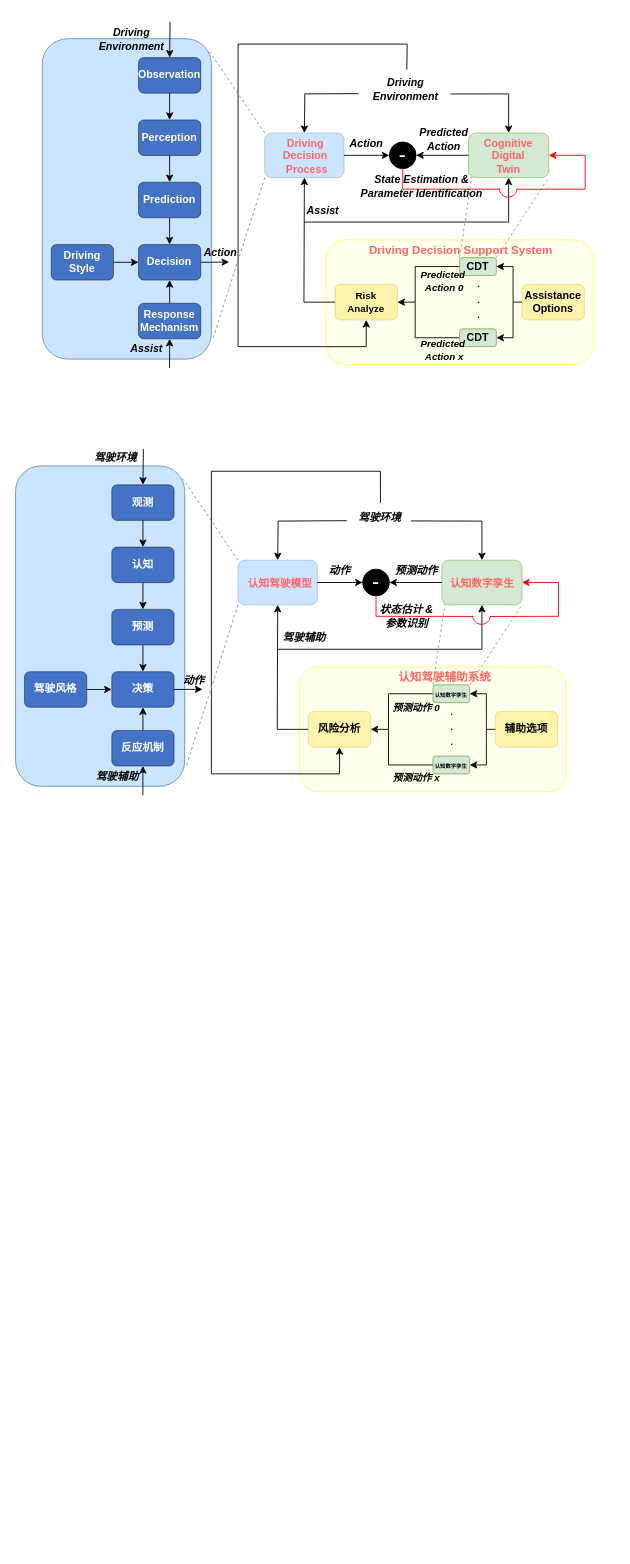
Above: page "CDAS-O overview new" (6 of 13) of CDAS-O.drawio in SlidingEagle/draw.io (draw.io), before the change. Source tidied: cells renumbered, new cells numbered last; positions are measured from the earlier drawing's top-left corner, leaving out a move shared by most shapes. Both pictures are drawn from the tidied source at 89%, with x=0, y=0 at pixel (15, 21).
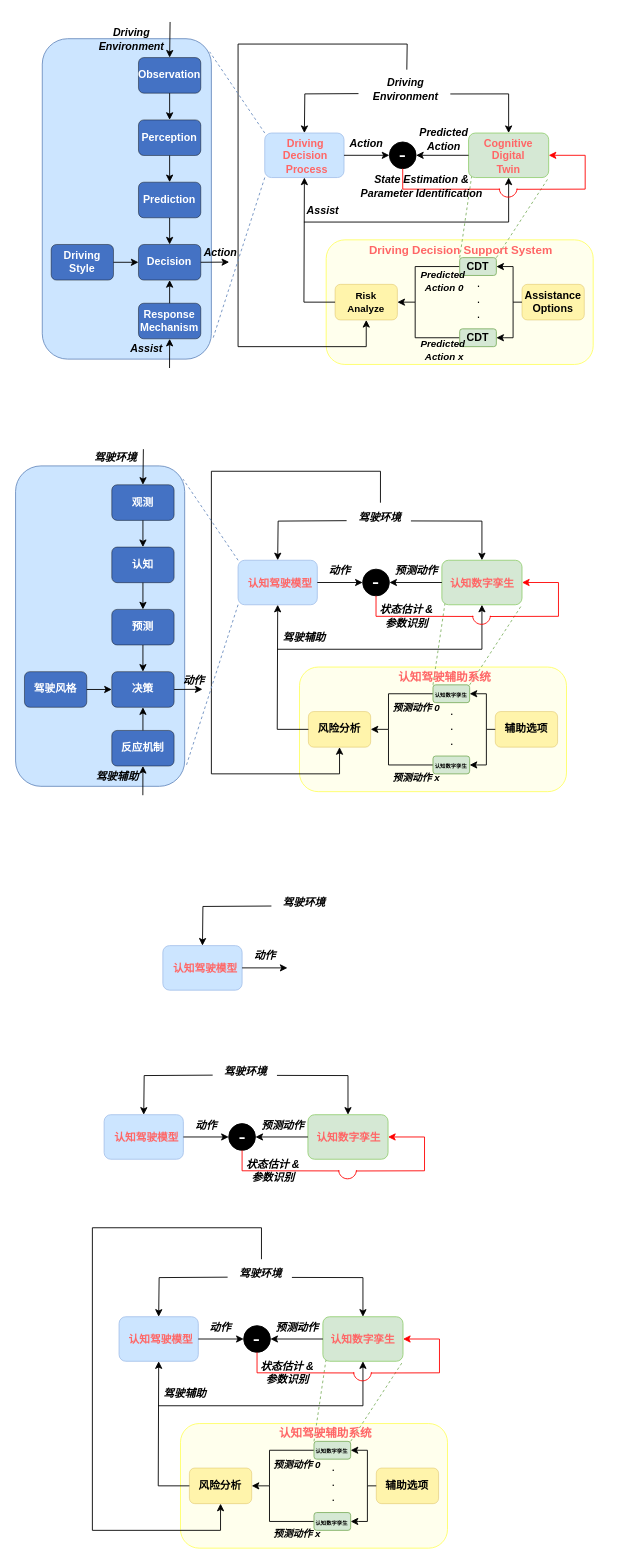
The same diagram, later.

Change to the diagram source:
```diff
@@
+    <mxCell id="112" style="rounded=1;whiteSpace=wrap;html=1;fillColor=#CCE5FF;strokeColor=#A9C4EB;" parent="1" vertex="1">
+      <mxGeometry x="165.5" y="1038" width="89" height="50" as="geometry" />
+    </mxCell>
+    <mxCell id="113" style="endArrow=classic;html=1;rounded=0;exitX=1;exitY=0.5;exitDx=0;exitDy=0;entryX=0;entryY=0.5;entryDx=0;entryDy=0;" parent="1" edge="1" source="112">
+      <mxGeometry relative="1" as="geometry">
+        <mxPoint x="305.5" y="1063" as="targetPoint" />
+      </mxGeometry>
+    </mxCell>
+    <mxCell id="114" value="&lt;i&gt;&lt;b&gt;动作&lt;/b&gt;&lt;/i&gt;" style="text;html=1;align=center;verticalAlign=middle;strokeColor=none;fillColor=none;" parent="1" vertex="1">
+      <mxGeometry x="254.5" y="1035" width="50" height="30" as="geometry" />
+    </mxCell>
+    <mxCell id="115" value="&lt;font color=&quot;#ff6666&quot;&gt;&lt;b&gt;认知驾驶模型&lt;/b&gt;&lt;/font&gt;" style="text;html=1;align=center;verticalAlign=middle;whiteSpace=wrap;rounded=0;" parent="1" vertex="1">
+      <mxGeometry x="175.5" y="1045.8" width="75" height="36.5" as="geometry" />
+    </mxCell>
+    <mxCell id="116" value="&lt;b&gt;&lt;i&gt;驾驶环境&lt;/i&gt;&lt;/b&gt;" style="text;html=1;align=center;verticalAlign=middle;points=[];strokeColor=none;fillColor=none;" parent="1" vertex="1">
+      <mxGeometry x="289" y="975" width="70" height="30" as="geometry" />
+    </mxCell>
+    <mxCell id="117" style="endArrow=classic;html=1;rounded=0;entryX=0.5;entryY=0;entryDx=0;entryDy=0;exitX=-0.022;exitY=0.617;exitDx=0;exitDy=0;exitPerimeter=0;" parent="1" edge="1" source="116" target="112">
+      <mxGeometry relative="1" as="geometry">
+        <Array as="points">
+          <mxPoint x="210.5" y="994" />
+        </Array>
+      </mxGeometry>
+    </mxCell>
+    <mxCell id="118" style="rounded=1;whiteSpace=wrap;html=1;fillColor=#CCE5FF;strokeColor=#A9C4EB;" parent="1" vertex="1">
+      <mxGeometry x="99.5" y="1228" width="89" height="50" as="geometry" />
+    </mxCell>
+    <mxCell id="119" style="rounded=1;whiteSpace=wrap;html=1;fillColor=#d5e8d4;strokeColor=#97D077;" parent="1" vertex="1">
+      <mxGeometry x="328.5" y="1228" width="90" height="50" as="geometry" />
+    </mxCell>
+    <mxCell id="120" style="endArrow=classic;html=1;rounded=0;exitX=1;exitY=0.5;exitDx=0;exitDy=0;entryX=0;entryY=0.5;entryDx=0;entryDy=0;" parent="1" edge="1" source="118" target="121">
+      <mxGeometry relative="1" as="geometry" />
+    </mxCell>
+    <mxCell id="121" value="&lt;font color=&quot;#ffffff&quot; style=&quot;font-size: 24px;&quot;&gt;-&lt;/font&gt;" style="ellipse;whiteSpace=wrap;html=1;strokeColor=#000000;fillColor=#000000;" parent="1" vertex="1">
+      <mxGeometry x="239.5" y="1238" width="30" height="30" as="geometry" />
+    </mxCell>
+    <mxCell id="122" value="&lt;i&gt;&lt;b&gt;动作&lt;/b&gt;&lt;/i&gt;" style="text;html=1;align=center;verticalAlign=middle;strokeColor=none;fillColor=none;" parent="1" vertex="1">
+      <mxGeometry x="188.5" y="1225" width="50" height="30" as="geometry" />
+    </mxCell>
+    <mxCell id="123" value="&lt;b&gt;&lt;i&gt;预测动作&lt;/i&gt;&lt;/b&gt;" style="text;html=1;align=center;verticalAlign=middle;strokeColor=none;fillColor=none;" parent="1" vertex="1">
+      <mxGeometry x="264.5" y="1225" width="70" height="30" as="geometry" />
+    </mxCell>
+    <mxCell id="124" value="&lt;font color=&quot;#ff6666&quot;&gt;&lt;b&gt;认知驾驶模型&lt;/b&gt;&lt;/font&gt;" style="text;html=1;align=center;verticalAlign=middle;whiteSpace=wrap;rounded=0;" parent="1" vertex="1">
+      <mxGeometry x="109.5" y="1235.8" width="75" height="36.5" as="geometry" />
+    </mxCell>
+    <mxCell id="125" value="&lt;font color=&quot;#ff6666&quot;&gt;&lt;b&gt;认知数字孪生&lt;/b&gt;&lt;/font&gt;" style="text;html=1;align=center;verticalAlign=middle;whiteSpace=wrap;rounded=0;" parent="1" vertex="1">
+      <mxGeometry x="334.5" y="1238.8" width="78.7" height="30.5" as="geometry" />
+    </mxCell>
+    <mxCell id="126" value="&lt;b&gt;&lt;i&gt;驾驶环境&lt;/i&gt;&lt;/b&gt;" style="text;html=1;align=center;verticalAlign=middle;points=[];strokeColor=none;fillColor=none;" parent="1" vertex="1">
+      <mxGeometry x="223" y="1165" width="70" height="30" as="geometry" />
+    </mxCell>
+    <mxCell id="127" style="endArrow=classic;html=1;rounded=0;exitX=0;exitY=0.5;exitDx=0;exitDy=0;entryX=1;entryY=0.5;entryDx=0;entryDy=0;" parent="1" edge="1" source="119" target="121">
+      <mxGeometry relative="1" as="geometry" />
+    </mxCell>
+    <mxCell id="128" style="endArrow=classic;html=1;rounded=0;entryX=0.5;entryY=0;entryDx=0;entryDy=0;exitX=1.01;exitY=0.627;exitDx=0;exitDy=0;exitPerimeter=0;" parent="1" edge="1" source="126" target="119">
+      <mxGeometry relative="1" as="geometry">
+        <Array as="points">
+          <mxPoint x="373.5" y="1184" />
+        </Array>
+      </mxGeometry>
+    </mxCell>
+    <mxCell id="129" style="endArrow=classic;html=1;rounded=0;entryX=0.5;entryY=0;entryDx=0;entryDy=0;exitX=-0.022;exitY=0.617;exitDx=0;exitDy=0;exitPerimeter=0;" parent="1" edge="1" source="126" target="118">
+      <mxGeometry relative="1" as="geometry">
+        <Array as="points">
+          <mxPoint x="144.5" y="1184" />
+        </Array>
+      </mxGeometry>
+    </mxCell>
+    <mxCell id="130" style="verticalLabelPosition=bottom;verticalAlign=top;html=1;shape=mxgraph.basic.arc;startAngle=0.25636280567399594;endAngle=0.7436371943260041;strokeColor=#FF0000;" parent="1" vertex="1">
+      <mxGeometry x="363" y="1280" width="20" height="20" as="geometry" />
+    </mxCell>
+    <mxCell id="131" style="endArrow=none;html=1;rounded=0;entryX=0.5;entryY=1;entryDx=0;entryDy=0;strokeColor=#FF0000;exitX=0.045;exitY=0.557;exitDx=0;exitDy=0;exitPerimeter=0;" parent="1" edge="1" source="130" target="121">
+      <mxGeometry relative="1" as="geometry">
+        <Array as="points">
+          <mxPoint x="254.5" y="1291" />
+        </Array>
+      </mxGeometry>
+    </mxCell>
+    <mxCell id="132" style="endArrow=classic;html=1;rounded=0;strokeColor=#FF0000;exitX=0.975;exitY=0.56;exitDx=0;exitDy=0;exitPerimeter=0;entryX=1;entryY=0.5;entryDx=0;entryDy=0;" parent="1" edge="1" source="130" target="119">
+      <mxGeometry relative="1" as="geometry">
+        <Array as="points">
+          <mxPoint x="459.5" y="1291" />
+          <mxPoint x="459.5" y="1253" />
+        </Array>
+      </mxGeometry>
+    </mxCell>
+    <mxCell id="133" value="&lt;b&gt;&lt;i&gt;状态估计 &amp;amp;&lt;/i&gt;&lt;/b&gt;&lt;div&gt;&lt;b&gt;&lt;i&gt;参数识别&lt;/i&gt;&lt;/b&gt;&lt;/div&gt;" style="text;html=1;align=center;verticalAlign=middle;strokeColor=none;fillColor=none;" parent="1" vertex="1">
+      <mxGeometry x="248.5" y="1271" width="80" height="40" as="geometry" />
+    </mxCell>
+    <mxCell id="134" style="rounded=1;whiteSpace=wrap;html=1;fillColor=#CCE5FF;strokeColor=#A9C4EB;" parent="1" vertex="1">
+      <mxGeometry x="116.3" y="1455" width="89" height="50" as="geometry" />
+    </mxCell>
+    <mxCell id="135" style="rounded=1;whiteSpace=wrap;html=1;fillColor=#d5e8d4;strokeColor=#97D077;" parent="1" vertex="1">
+      <mxGeometry x="345.3" y="1455" width="90" height="50" as="geometry" />
+    </mxCell>
+    <mxCell id="136" style="endArrow=classic;html=1;rounded=0;exitX=1;exitY=0.5;exitDx=0;exitDy=0;entryX=0;entryY=0.5;entryDx=0;entryDy=0;" parent="1" edge="1" source="134" target="137">
+      <mxGeometry relative="1" as="geometry" />
+    </mxCell>
+    <mxCell id="137" value="&lt;font color=&quot;#ffffff&quot; style=&quot;font-size: 24px;&quot;&gt;-&lt;/font&gt;" style="ellipse;whiteSpace=wrap;html=1;strokeColor=#000000;fillColor=#000000;" parent="1" vertex="1">
+      <mxGeometry x="256.3" y="1465" width="30" height="30" as="geometry" />
+    </mxCell>
+    <mxCell id="138" style="rounded=1;whiteSpace=wrap;html=1;fillColor=#FFFFED;strokeColor=#FFFF66;" parent="1" vertex="1">
+      <mxGeometry x="185.3" y="1575" width="300" height="140" as="geometry" />
+    </mxCell>
+    <mxCell id="139" value="&lt;b style=&quot;&quot;&gt;&lt;font style=&quot;font-size: 12px;&quot;&gt;风险分析&lt;/font&gt;&lt;/b&gt;" style="rounded=1;whiteSpace=wrap;html=1;fillColor=#FFF4AB;strokeWidth=0.5;strokeColor=#d6b656;" parent="1" vertex="1">
+      <mxGeometry x="195.3" y="1625" width="70" height="40" as="geometry" />
+    </mxCell>
+    <mxCell id="140" style="endArrow=none;dashed=1;html=1;rounded=0;exitX=0;exitY=0;exitDx=0;exitDy=0;entryX=0.038;entryY=0.975;entryDx=0;entryDy=0;entryPerimeter=0;fillColor=#d5e8d4;strokeColor=#82b366;" parent="1" edge="1" source="149" target="135">
+      <mxGeometry relative="1" as="geometry" />
+    </mxCell>
+    <mxCell id="141" style="endArrow=none;dashed=1;html=1;rounded=0;exitX=1;exitY=0;exitDx=0;exitDy=0;fillColor=#d5e8d4;strokeColor=#82b366;entryX=1;entryY=1;entryDx=0;entryDy=0;" parent="1" edge="1" source="149" target="135">
+      <mxGeometry relative="1" as="geometry" />
+    </mxCell>
+    <mxCell id="142" value="&lt;font style=&quot;font-size: 14px;&quot;&gt;.&lt;br&gt;.&lt;br&gt;.&lt;/font&gt;" style="text;html=1;align=center;verticalAlign=middle;strokeColor=none;fillColor=none;" parent="1" vertex="1">
+      <mxGeometry x="341.5" y="1611" width="30" height="60" as="geometry" />
+    </mxCell>
+    <mxCell id="143" style="endArrow=none;html=1;rounded=0;entryX=0;entryY=0.5;entryDx=0;entryDy=0;" parent="1" edge="1" target="150">
+      <mxGeometry relative="1" as="geometry">
+        <mxPoint x="285.3" y="1645" as="sourcePoint" />
+        <Array as="points">
+          <mxPoint x="285.3" y="1685" />
+        </Array>
+      </mxGeometry>
+    </mxCell>
+    <mxCell id="144" style="endArrow=classic;html=1;rounded=0;entryX=0.5;entryY=1;entryDx=0;entryDy=0;exitX=0;exitY=0.5;exitDx=0;exitDy=0;" parent="1" edge="1" source="139" target="134">
+      <mxGeometry relative="1" as="geometry">
+        <Array as="points">
+          <mxPoint x="160.3" y="1645" />
+        </Array>
+      </mxGeometry>
+    </mxCell>
+    <mxCell id="145" style="endArrow=classic;html=1;rounded=0;entryX=1;entryY=0.5;entryDx=0;entryDy=0;exitX=0;exitY=0.5;exitDx=0;exitDy=0;" parent="1" edge="1" source="149" target="139">
+      <mxGeometry relative="1" as="geometry">
+        <Array as="points">
+          <mxPoint x="285.3" y="1605" />
+          <mxPoint x="285.3" y="1645" />
+        </Array>
+      </mxGeometry>
+    </mxCell>
+    <mxCell id="146" value="&lt;i&gt;&lt;b&gt;驾驶辅助&lt;/b&gt;&lt;/i&gt;" style="text;html=1;align=center;verticalAlign=middle;strokeColor=none;fillColor=none;" parent="1" vertex="1">
+      <mxGeometry x="155.3" y="1527" width="70" height="30" as="geometry" />
+    </mxCell>
+    <mxCell id="147" value="&lt;i&gt;&lt;b&gt;动作&lt;/b&gt;&lt;/i&gt;" style="text;html=1;align=center;verticalAlign=middle;strokeColor=none;fillColor=none;" parent="1" vertex="1">
+      <mxGeometry x="205.3" y="1452" width="50" height="30" as="geometry" />
+    </mxCell>
+    <mxCell id="148" value="&lt;b&gt;&lt;i&gt;预测动作&lt;/i&gt;&lt;/b&gt;" style="text;html=1;align=center;verticalAlign=middle;strokeColor=none;fillColor=none;" parent="1" vertex="1">
+      <mxGeometry x="281.3" y="1452" width="70" height="30" as="geometry" />
+    </mxCell>
+    <mxCell id="149" value="&lt;b&gt;&lt;font style=&quot;font-size: 6px;&quot;&gt;认知数字孪生&lt;/font&gt;&lt;/b&gt;" style="rounded=1;whiteSpace=wrap;html=1;fillColor=#d5e8d4;strokeColor=#82b366;" parent="1" vertex="1">
+      <mxGeometry x="335.3" y="1595" width="41.2" height="20" as="geometry" />
+    </mxCell>
+    <mxCell id="150" value="&lt;b&gt;&lt;font style=&quot;font-size: 6px;&quot;&gt;认知数字孪生&lt;/font&gt;&lt;/b&gt;" style="rounded=1;whiteSpace=wrap;html=1;fillColor=#d5e8d4;strokeColor=#82b366;" parent="1" vertex="1">
+      <mxGeometry x="335.3" y="1675" width="41.2" height="20" as="geometry" />
+    </mxCell>
+    <mxCell id="151" value="&lt;font color=&quot;#ff6666&quot;&gt;&lt;b&gt;认知驾驶模型&lt;/b&gt;&lt;/font&gt;" style="text;html=1;align=center;verticalAlign=middle;whiteSpace=wrap;rounded=0;" parent="1" vertex="1">
+      <mxGeometry x="126.3" y="1462.8" width="75" height="36.5" as="geometry" />
+    </mxCell>
+    <mxCell id="152" value="&lt;font color=&quot;#ff6666&quot;&gt;&lt;b&gt;认知数字孪生&lt;/b&gt;&lt;/font&gt;" style="text;html=1;align=center;verticalAlign=middle;whiteSpace=wrap;rounded=0;" parent="1" vertex="1">
+      <mxGeometry x="351.3" y="1465.8" width="78.7" height="30.5" as="geometry" />
+    </mxCell>
+    <mxCell id="153" value="&lt;i style=&quot;font-size: 11px;&quot;&gt;&lt;b&gt;预测动作 0&lt;/b&gt;&lt;/i&gt;" style="text;html=1;align=center;verticalAlign=middle;strokeColor=none;fillColor=none;" parent="1" vertex="1">
+      <mxGeometry x="276.3" y="1606" width="80" height="30" as="geometry" />
+    </mxCell>
+    <mxCell id="154" value="&lt;i style=&quot;font-size: 11px;&quot;&gt;&lt;b&gt;预测动作 x&lt;/b&gt;&lt;/i&gt;" style="text;html=1;align=center;verticalAlign=middle;strokeColor=none;fillColor=none;" parent="1" vertex="1">
+      <mxGeometry x="276.3" y="1684" width="80" height="30" as="geometry" />
+    </mxCell>
+    <mxCell id="155" value="&lt;b&gt;辅助选项&lt;/b&gt;" style="rounded=1;whiteSpace=wrap;html=1;fillColor=#FFF4AB;strokeWidth=0.5;strokeColor=#d6b656;" parent="1" vertex="1">
+      <mxGeometry x="405.3" y="1625" width="70" height="40" as="geometry" />
+    </mxCell>
+    <mxCell id="156" style="endArrow=classic;html=1;rounded=0;exitX=0;exitY=0.5;exitDx=0;exitDy=0;entryX=1;entryY=0.5;entryDx=0;entryDy=0;" parent="1" edge="1" source="155" target="150">
+      <mxGeometry relative="1" as="geometry">
+        <Array as="points">
+          <mxPoint x="395.3" y="1645" />
+          <mxPoint x="395.3" y="1685" />
+          <mxPoint x="385.3" y="1685" />
+        </Array>
+      </mxGeometry>
+    </mxCell>
+    <mxCell id="157" style="endArrow=classic;html=1;rounded=0;entryX=1;entryY=0.5;entryDx=0;entryDy=0;" parent="1" edge="1" target="149">
+      <mxGeometry relative="1" as="geometry">
+        <mxPoint x="395.3" y="1645" as="sourcePoint" />
+        <Array as="points">
+          <mxPoint x="395.3" y="1605" />
+        </Array>
+      </mxGeometry>
+    </mxCell>
+    <mxCell id="158" value="&lt;b&gt;&lt;i&gt;驾驶环境&lt;/i&gt;&lt;/b&gt;" style="text;html=1;align=center;verticalAlign=middle;points=[];strokeColor=none;fillColor=none;" parent="1" vertex="1">
+      <mxGeometry x="239.8" y="1392" width="70" height="30" as="geometry" />
+    </mxCell>
+    <mxCell id="159" style="endArrow=classic;html=1;rounded=0;exitX=0;exitY=0.5;exitDx=0;exitDy=0;entryX=1;entryY=0.5;entryDx=0;entryDy=0;" parent="1" edge="1" source="135" target="137">
+      <mxGeometry relative="1" as="geometry" />
+    </mxCell>
+    <mxCell id="160" style="endArrow=classic;html=1;rounded=0;entryX=0.5;entryY=0;entryDx=0;entryDy=0;exitX=1.01;exitY=0.627;exitDx=0;exitDy=0;exitPerimeter=0;" parent="1" edge="1" source="158" target="135">
+      <mxGeometry relative="1" as="geometry">
+        <Array as="points">
+          <mxPoint x="390.3" y="1411" />
+        </Array>
+      </mxGeometry>
+    </mxCell>
+    <mxCell id="161" style="endArrow=classic;html=1;rounded=0;entryX=0.5;entryY=0;entryDx=0;entryDy=0;exitX=-0.022;exitY=0.617;exitDx=0;exitDy=0;exitPerimeter=0;" parent="1" edge="1" source="158" target="134">
+      <mxGeometry relative="1" as="geometry">
+        <Array as="points">
+          <mxPoint x="161.3" y="1411" />
+        </Array>
+      </mxGeometry>
+    </mxCell>
+    <mxCell id="162" style="endArrow=classic;html=1;rounded=0;entryX=0.5;entryY=1;entryDx=0;entryDy=0;" parent="1" edge="1" target="135">
+      <mxGeometry relative="1" as="geometry">
+        <mxPoint x="160.3" y="1555" as="sourcePoint" />
+        <Array as="points">
+          <mxPoint x="390.3" y="1555" />
+        </Array>
+      </mxGeometry>
+    </mxCell>
+    <mxCell id="163" style="endArrow=classic;html=1;rounded=0;entryX=0.5;entryY=1;entryDx=0;entryDy=0;exitX=0.521;exitY=-0.055;exitDx=0;exitDy=0;exitPerimeter=0;" parent="1" edge="1" source="158" target="139">
+      <mxGeometry relative="1" as="geometry">
+        <Array as="points">
+          <mxPoint x="276.3" y="1355" />
+          <mxPoint x="86.3" y="1355" />
+          <mxPoint x="86.3" y="1695" />
+          <mxPoint x="230.3" y="1695" />
+        </Array>
+      </mxGeometry>
+    </mxCell>
+    <mxCell id="164" value="&lt;font color=&quot;#ff6666&quot;&gt;&lt;span style=&quot;font-size: 13px;&quot;&gt;&lt;b&gt;认知驾驶辅助系统&lt;/b&gt;&lt;/span&gt;&lt;/font&gt;" style="text;html=1;align=center;verticalAlign=middle;whiteSpace=wrap;rounded=0;" parent="1" vertex="1">
+      <mxGeometry x="176.3" y="1571" width="345" height="30" as="geometry" />
+    </mxCell>
+    <mxCell id="165" style="verticalLabelPosition=bottom;verticalAlign=top;html=1;shape=mxgraph.basic.arc;startAngle=0.25636280567399594;endAngle=0.7436371943260041;strokeColor=#FF0000;" parent="1" vertex="1">
+      <mxGeometry x="379.8" y="1507" width="20" height="20" as="geometry" />
+    </mxCell>
+    <mxCell id="166" style="endArrow=none;html=1;rounded=0;entryX=0.5;entryY=1;entryDx=0;entryDy=0;strokeColor=#FF0000;exitX=0.045;exitY=0.557;exitDx=0;exitDy=0;exitPerimeter=0;" parent="1" edge="1" source="165" target="137">
+      <mxGeometry relative="1" as="geometry">
+        <Array as="points">
+          <mxPoint x="271.3" y="1518" />
+        </Array>
+      </mxGeometry>
+    </mxCell>
+    <mxCell id="167" style="endArrow=classic;html=1;rounded=0;strokeColor=#FF0000;exitX=0.975;exitY=0.56;exitDx=0;exitDy=0;exitPerimeter=0;entryX=1;entryY=0.5;entryDx=0;entryDy=0;" parent="1" edge="1" source="165" target="135">
+      <mxGeometry relative="1" as="geometry">
+        <Array as="points">
+          <mxPoint x="476.3" y="1518" />
+          <mxPoint x="476.3" y="1480" />
+        </Array>
+      </mxGeometry>
+    </mxCell>
+    <mxCell id="168" value="&lt;b&gt;&lt;i&gt;状态估计 &amp;amp;&lt;/i&gt;&lt;/b&gt;&lt;div&gt;&lt;b&gt;&lt;i&gt;参数识别&lt;/i&gt;&lt;/b&gt;&lt;/div&gt;" style="text;html=1;align=center;verticalAlign=middle;strokeColor=none;fillColor=none;" parent="1" vertex="1">
+      <mxGeometry x="265.3" y="1498" width="80" height="40" as="geometry" />
+    </mxCell>
```
